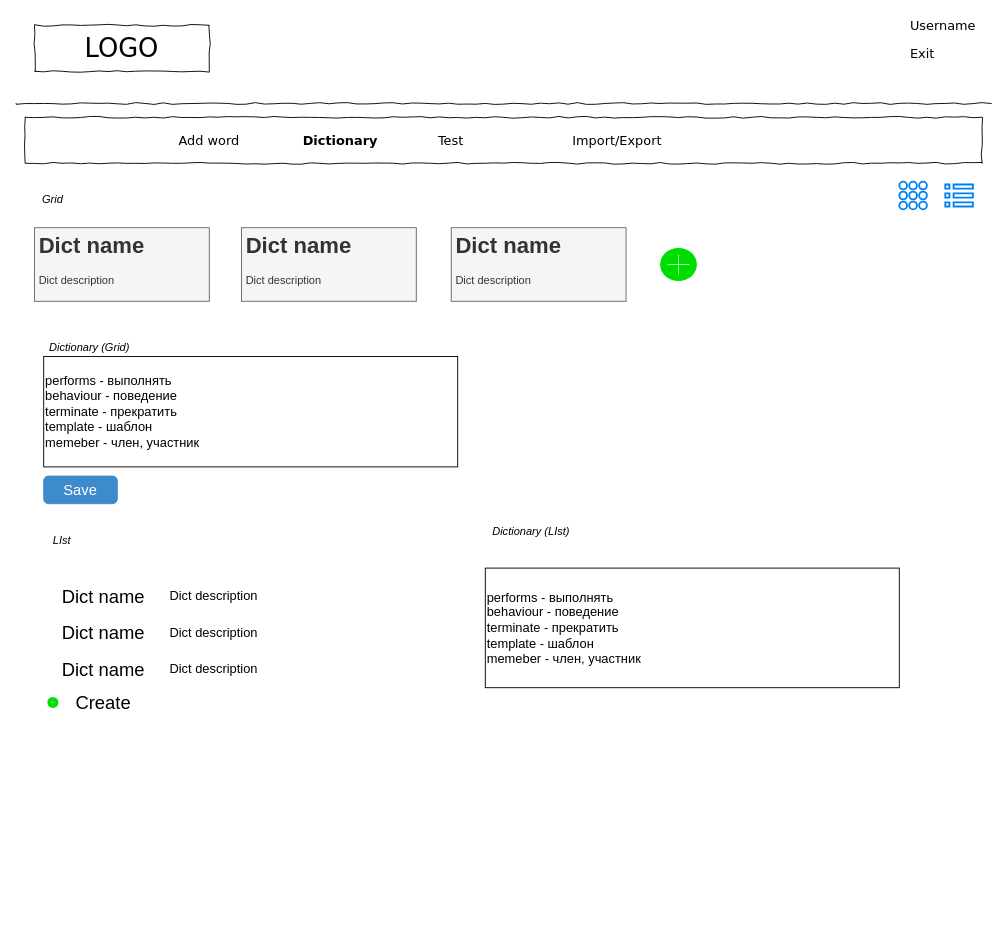
Earlier version of the draw.io diagram page "dictionaries interface" (2 of 5) of schemes/scheme.drawio (vikk777/Smart-Dictionary). Source tidied: cells renumbered, new cells numbered last; positions are measured from the earlier drawing's top-left corner, leaving out a move shared by most shapes. Both pictures are drawn from the tidied source at 92%, with x=0, y=0 at pixel (16, 16).
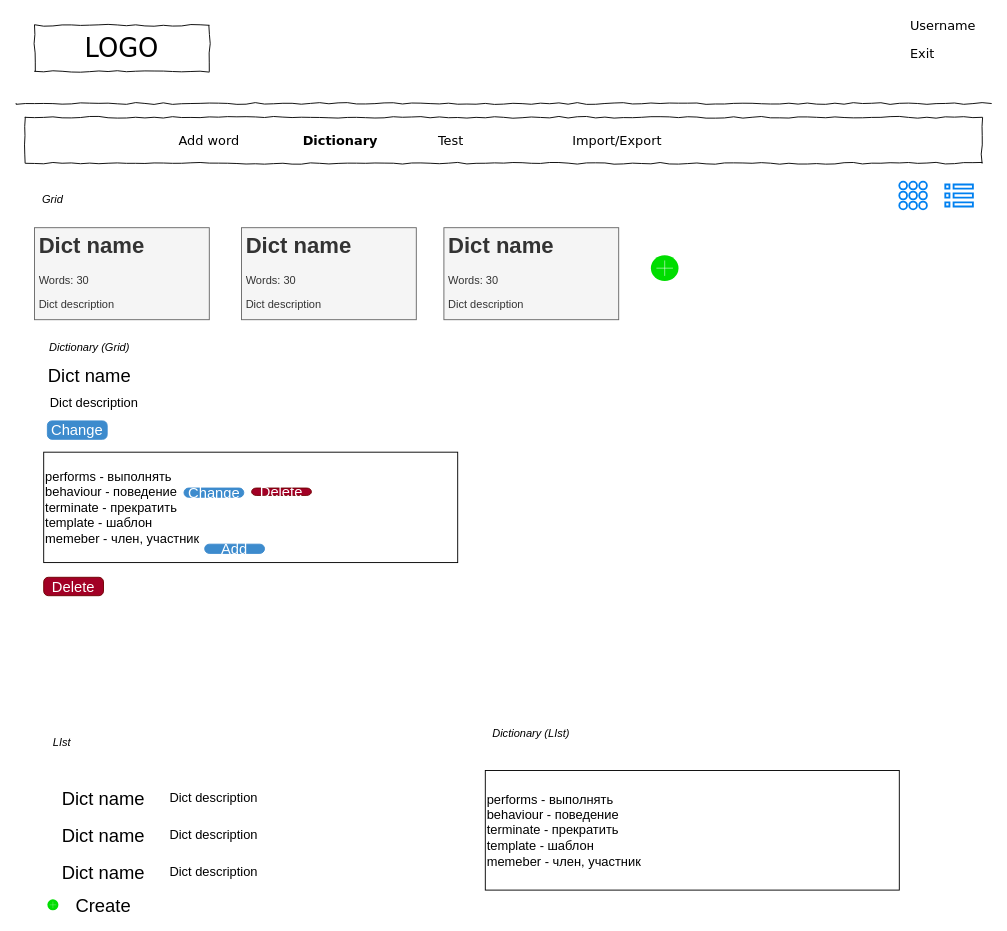
After the change.

What changed in the source:
```diff
@@
-    <mxCell id="14" value="&lt;h1&gt;Dict name&lt;/h1&gt;&lt;p&gt;Dict description&lt;/p&gt;" style="text;html=1;spacing=5;spacingTop=-20;whiteSpace=wrap;overflow=hidden;rounded=0;fillColor=#f5f5f5;strokeColor=#666666;fontColor=#333333;" parent="1" vertex="1">
-      <mxGeometry x="20" y="230" width="190" height="80" as="geometry" />
+    <mxCell id="14" value="&lt;h1&gt;Dict name&lt;/h1&gt;&lt;p&gt;Words: 30&lt;/p&gt;&lt;p&gt;Dict description&lt;/p&gt;" style="text;html=1;spacing=5;spacingTop=-20;whiteSpace=wrap;overflow=hidden;rounded=0;fillColor=#f5f5f5;strokeColor=#666666;fontColor=#333333;" parent="1" vertex="1">
+      <mxGeometry x="20" y="230" width="190" height="100" as="geometry" />
     </mxCell>
-    <mxCell id="15" value="&lt;h1&gt;Dict name&lt;/h1&gt;&lt;p&gt;Dict description&lt;/p&gt;" style="text;html=1;spacing=5;spacingTop=-20;whiteSpace=wrap;overflow=hidden;rounded=0;fillColor=#f5f5f5;strokeColor=#666666;fontColor=#333333;" parent="1" vertex="1">
-      <mxGeometry x="245" y="230" width="190" height="80" as="geometry" />
-    </mxCell>
-    <mxCell id="16" value="&lt;h1&gt;Dict name&lt;/h1&gt;&lt;p&gt;Dict description&lt;/p&gt;" style="text;html=1;spacing=5;spacingTop=-20;whiteSpace=wrap;overflow=hidden;rounded=0;fillColor=#f5f5f5;strokeColor=#666666;fontColor=#333333;" parent="1" vertex="1">
-      <mxGeometry x="473" y="230" width="190" height="80" as="geometry" />
-    </mxCell>
     <mxCell id="17" value="LIst" style="text;html=1;strokeColor=none;fillColor=none;align=center;verticalAlign=middle;whiteSpace=wrap;rounded=0;fontStyle=2;" parent="1" vertex="1">
-      <mxGeometry x="30" y="560" width="40" height="20" as="geometry" />
+      <mxGeometry x="30" y="780" width="40" height="20" as="geometry" />
     </mxCell>
     <mxCell id="18" value="Dict name" style="text;html=1;strokeColor=none;fillColor=none;align=center;verticalAlign=middle;whiteSpace=wrap;rounded=0;fontSize=20;" parent="1" vertex="1">
-      <mxGeometry x="40" y="620" width="110" height="20" as="geometry" />
+      <mxGeometry x="40" y="840" width="110" height="20" as="geometry" />
     </mxCell>
     <mxCell id="19" value="Dict description" style="text;html=1;strokeColor=none;fillColor=none;align=center;verticalAlign=middle;whiteSpace=wrap;rounded=0;fontSize=14;" parent="1" vertex="1">
-      <mxGeometry x="160" y="620" width="110" height="20" as="geometry" />
+      <mxGeometry x="160" y="840" width="110" height="20" as="geometry" />
     </mxCell>
     <mxCell id="20" value="Dict name" style="text;html=1;strokeColor=none;fillColor=none;align=center;verticalAlign=middle;whiteSpace=wrap;rounded=0;fontSize=20;" parent="1" vertex="1">
-      <mxGeometry x="40" y="660" width="110" height="20" as="geometry" />
+      <mxGeometry x="40" y="880" width="110" height="20" as="geometry" />
     </mxCell>
     <mxCell id="21" value="Dict description" style="text;html=1;strokeColor=none;fillColor=none;align=center;verticalAlign=middle;whiteSpace=wrap;rounded=0;fontSize=14;" parent="1" vertex="1">
-      <mxGeometry x="160" y="660" width="110" height="20" as="geometry" />
+      <mxGeometry x="160" y="880" width="110" height="20" as="geometry" />
     </mxCell>
     <mxCell id="22" value="Dict name" style="text;html=1;strokeColor=none;fillColor=none;align=center;verticalAlign=middle;whiteSpace=wrap;rounded=0;fontSize=20;" parent="1" vertex="1">
-      <mxGeometry x="40" y="700" width="110" height="20" as="geometry" />
+      <mxGeometry x="40" y="920" width="110" height="20" as="geometry" />
     </mxCell>
     <mxCell id="23" value="Dict description" style="text;html=1;strokeColor=none;fillColor=none;align=center;verticalAlign=middle;whiteSpace=wrap;rounded=0;fontSize=14;" parent="1" vertex="1">
-      <mxGeometry x="160" y="700" width="110" height="20" as="geometry" />
+      <mxGeometry x="160" y="920" width="110" height="20" as="geometry" />
     </mxCell>
@@
     <mxCell id="25" value="&lt;div&gt;performs - выполнять&lt;/div&gt;&lt;div&gt;behaviour - поведение&lt;/div&gt;&lt;div&gt;terminate - прекратить&lt;/div&gt;&lt;div&gt;template - шаблон&lt;/div&gt;&lt;div style=&quot;&quot;&gt;memeber - член, участник&lt;/div&gt;" style="text;html=1;align=left;verticalAlign=middle;whiteSpace=wrap;rounded=0;fontSize=14;strokeColor=#000000;" parent="1" vertex="1">
-      <mxGeometry x="30" y="370" width="450" height="120" as="geometry" />
+      <mxGeometry x="30" y="474" width="450" height="120" as="geometry" />
     </mxCell>
     <mxCell id="26" value="Dictionary (LIst)" style="text;html=1;strokeColor=none;fillColor=none;align=center;verticalAlign=middle;whiteSpace=wrap;rounded=0;fontStyle=2;" parent="1" vertex="1">
-      <mxGeometry x="500" y="550" width="120" height="20" as="geometry" />
+      <mxGeometry x="500" y="770" width="120" height="20" as="geometry" />
     </mxCell>
     <mxCell id="27" value="&lt;div&gt;performs - выполнять&lt;/div&gt;&lt;div&gt;behaviour - поведение&lt;/div&gt;&lt;div&gt;terminate - прекратить&lt;/div&gt;&lt;div&gt;template - шаблон&lt;/div&gt;&lt;div style=&quot;&quot;&gt;memeber - член, участник&lt;/div&gt;" style="text;html=1;strokeColor=#000000;fillColor=none;align=left;verticalAlign=middle;whiteSpace=wrap;rounded=0;fontSize=14;" parent="1" vertex="1">
-      <mxGeometry x="510" y="600" width="450" height="130" as="geometry" />
+      <mxGeometry x="510" y="820" width="450" height="130" as="geometry" />
     </mxCell>
     <mxCell id="28" style="html=1;verticalLabelPosition=bottom;labelBackgroundColor=#ffffff;verticalAlign=top;shadow=0;dashed=0;strokeWidth=2;shape=mxgraph.ios7.misc.add;fillColor=#00dd00;strokeColor=#ffffff;fontSize=14;align=left;" parent="1" vertex="1">
-      <mxGeometry x="700" y="252" width="40" height="36" as="geometry" />
+      <mxGeometry x="690" y="260" width="30" height="28" as="geometry" />
     </mxCell>
     <mxCell id="29" style="html=1;verticalLabelPosition=bottom;labelBackgroundColor=#ffffff;verticalAlign=top;shadow=0;dashed=0;strokeWidth=2;shape=mxgraph.ios7.misc.add;fillColor=#00dd00;strokeColor=#ffffff;fontSize=14;align=left;" parent="1" vertex="1">
-      <mxGeometry x="34" y="740" width="12" height="12" as="geometry" />
+      <mxGeometry x="34" y="960" width="12" height="12" as="geometry" />
     </mxCell>
     <mxCell id="30" value="Create" style="text;html=1;strokeColor=none;fillColor=none;align=center;verticalAlign=middle;whiteSpace=wrap;rounded=0;fontSize=20;" parent="1" vertex="1">
-      <mxGeometry x="40" y="736" width="110" height="20" as="geometry" />
+      <mxGeometry x="40" y="956" width="110" height="20" as="geometry" />
     </mxCell>
-    <mxCell id="31" value="Save" style="html=1;shadow=0;dashed=0;shape=mxgraph.bootstrap.rrect;rSize=5;fillColor=#3D8BCD;align=center;strokeColor=#3D8BCD;fontColor=#ffffff;fontSize=16;whiteSpace=wrap;" parent="1" vertex="1">
-      <mxGeometry x="30" y="500" width="80" height="30" as="geometry" />
+    <mxCell id="31" value="Change" style="html=1;shadow=0;dashed=0;shape=mxgraph.bootstrap.rrect;rSize=5;fillColor=#3D8BCD;align=center;strokeColor=#3D8BCD;fontColor=#ffffff;fontSize=16;whiteSpace=wrap;" parent="1" vertex="1">
+      <mxGeometry x="34" y="440" width="65" height="20" as="geometry" />
     </mxCell>
+    <mxCell id="32" value="&lt;h1&gt;Dict name&lt;/h1&gt;&lt;p&gt;Words: 30&lt;/p&gt;&lt;p&gt;Dict description&lt;/p&gt;" style="text;html=1;spacing=5;spacingTop=-20;whiteSpace=wrap;overflow=hidden;rounded=0;fillColor=#f5f5f5;strokeColor=#666666;fontColor=#333333;" parent="1" vertex="1">
+      <mxGeometry x="245" y="230" width="190" height="100" as="geometry" />
+    </mxCell>
+    <mxCell id="33" value="&lt;h1&gt;Dict name&lt;/h1&gt;&lt;p&gt;Words: 30&lt;/p&gt;&lt;p&gt;Dict description&lt;/p&gt;" style="text;html=1;spacing=5;spacingTop=-20;whiteSpace=wrap;overflow=hidden;rounded=0;fillColor=#f5f5f5;strokeColor=#666666;fontColor=#333333;" parent="1" vertex="1">
+      <mxGeometry x="465" y="230" width="190" height="100" as="geometry" />
+    </mxCell>
+    <mxCell id="34" value="Dict name" style="text;html=1;strokeColor=none;fillColor=none;align=center;verticalAlign=middle;whiteSpace=wrap;rounded=0;fontSize=20;" parent="1" vertex="1">
+      <mxGeometry x="25" y="380" width="110" height="20" as="geometry" />
+    </mxCell>
+    <mxCell id="35" value="Dict description" style="text;html=1;strokeColor=none;fillColor=none;align=center;verticalAlign=middle;whiteSpace=wrap;rounded=0;fontSize=14;" parent="1" vertex="1">
+      <mxGeometry x="30" y="410" width="110" height="20" as="geometry" />
+    </mxCell>
+    <mxCell id="36" value="Change" style="html=1;shadow=0;dashed=0;shape=mxgraph.bootstrap.rrect;rSize=5;fillColor=#3D8BCD;align=center;strokeColor=#3D8BCD;fontColor=#ffffff;fontSize=16;whiteSpace=wrap;" parent="1" vertex="1">
+      <mxGeometry x="182.5" y="513" width="65" height="10" as="geometry" />
+    </mxCell>
+    <mxCell id="37" value="Add" style="html=1;shadow=0;dashed=0;shape=mxgraph.bootstrap.rrect;rSize=5;fillColor=#3D8BCD;align=center;strokeColor=#3D8BCD;fontColor=#ffffff;fontSize=16;whiteSpace=wrap;" parent="1" vertex="1">
+      <mxGeometry x="205" y="574" width="65" height="10" as="geometry" />
+    </mxCell>
+    <mxCell id="38" value="Delete" style="html=1;shadow=0;dashed=0;shape=mxgraph.bootstrap.rrect;rSize=5;fillColor=#a20025;align=center;strokeColor=#6F0000;fontSize=16;whiteSpace=wrap;fontColor=#ffffff;" parent="1" vertex="1">
+      <mxGeometry x="30" y="610" width="65" height="20" as="geometry" />
+    </mxCell>
+    <mxCell id="39" value="Delete" style="html=1;shadow=0;dashed=0;shape=mxgraph.bootstrap.rrect;rSize=5;fillColor=#a20025;align=center;strokeColor=#6F0000;fontSize=16;whiteSpace=wrap;fontColor=#ffffff;" parent="1" vertex="1">
+      <mxGeometry x="256" y="513" width="65" height="8" as="geometry" />
+    </mxCell>
```
